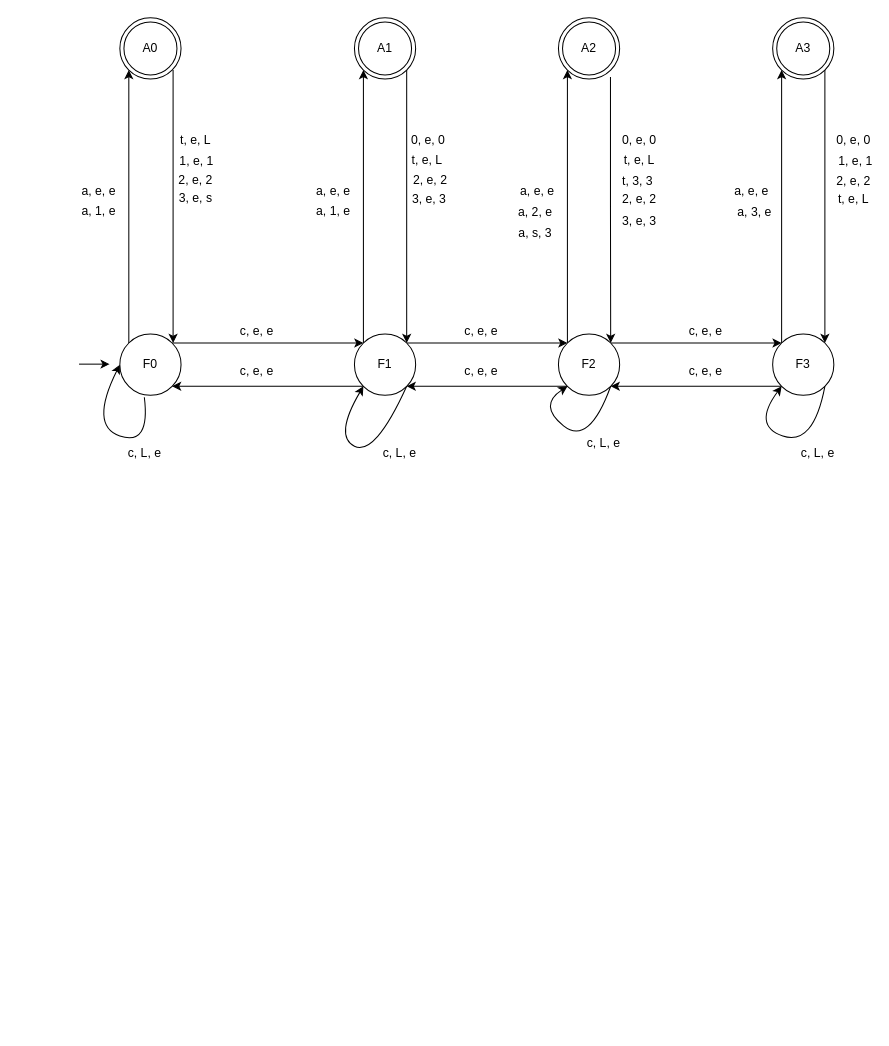
This is Diagrama sem nome.drawio from Guilhermeslsand/Cases_TC, a draw.io file, before an edit. Source tidied: cells renumbered, new cells numbered last; positions are measured from the earlier drawing's top-left corner, leaving out a move shared by most shapes. Both pictures are drawn from the tidied source at 102%, with x=0, y=0 at pixel (17, 17).
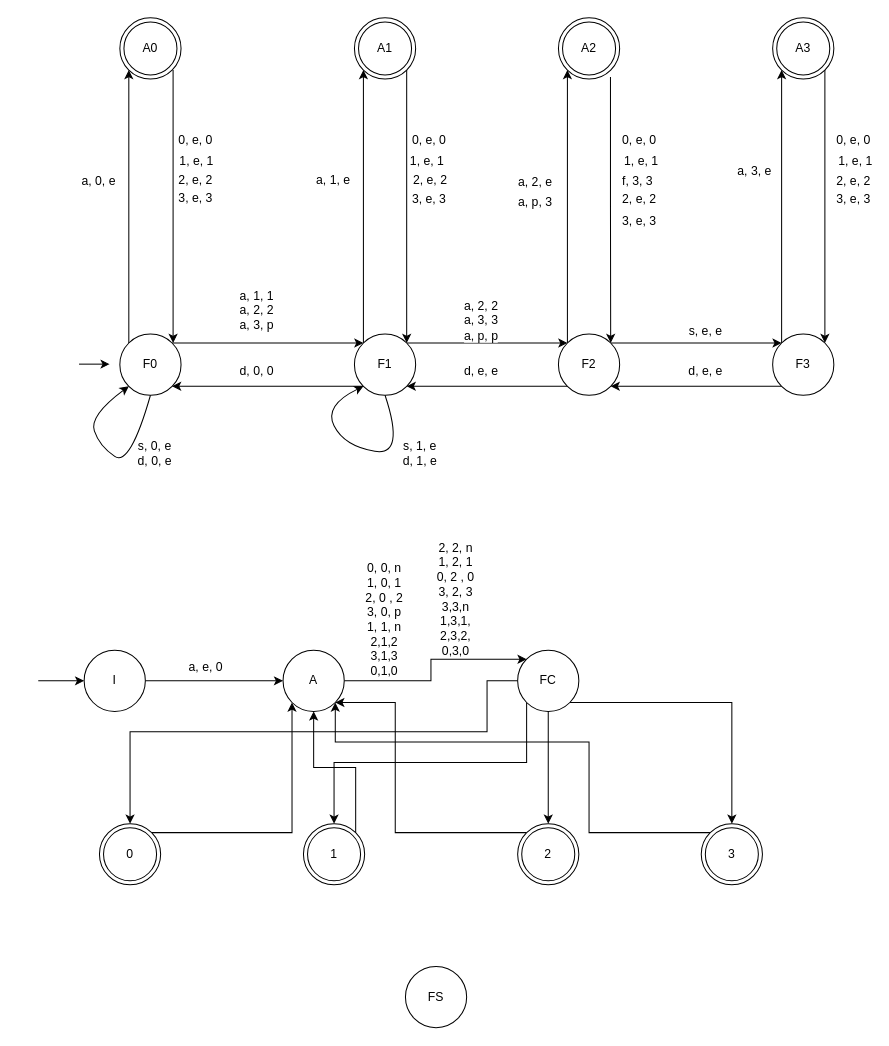
The same diagram, later.

The change refers to these unchanged cells:
```xml
<mxCell id="5" value="F0" style="ellipse;whiteSpace=wrap;html=1;" parent="1" vertex="1">
  <mxGeometry x="100" y="310" width="60" height="60" as="geometry" />
</mxCell>
<mxCell id="9" value="&lt;span style=&quot;background-color: transparent; color: light-dark(rgb(0, 0, 0), rgb(255, 255, 255));&quot;&gt;F1&lt;/span&gt;" style="ellipse;whiteSpace=wrap;html=1;" parent="1" vertex="1">
  <mxGeometry x="330" y="310" width="60" height="60" as="geometry" />
</mxCell>
<mxCell id="13" value="F2" style="ellipse;whiteSpace=wrap;html=1;" parent="1" vertex="1">
  <mxGeometry x="530" y="310" width="60" height="60" as="geometry" />
</mxCell>
<mxCell id="16" value="F3" style="ellipse;whiteSpace=wrap;html=1;" parent="1" vertex="1">
  <mxGeometry x="740" y="310" width="60" height="60" as="geometry" />
</mxCell>
```

Change to the diagram source:
```diff
@@
-    <mxCell id="25" value="a, e, e" style="edgeLabel;html=1;align=center;verticalAlign=middle;strokeColor=default;fontFamily=Helvetica;fontSize=12;fontColor=default;fillColor=default;" parent="1" vertex="1">
-      <mxGeometry x="230" y="170" as="geometry">
-        <mxPoint x="78" y="-1" as="offset" />
-      </mxGeometry>
-    </mxCell>
-    <mxCell id="26" value="a, s, 3" style="edgeLabel;html=1;align=center;verticalAlign=middle;strokeColor=default;fontFamily=Helvetica;fontSize=12;fontColor=default;fillColor=default;" parent="1" vertex="1">
-      <mxGeometry x="95" y="220" as="geometry">
+    <mxCell id="26" value="a, p, 3" style="edgeLabel;html=1;align=center;verticalAlign=middle;strokeColor=default;fontFamily=Helvetica;fontSize=12;fontColor=default;fillColor=default;" parent="1" vertex="1">
+      <mxGeometry x="95" y="190" as="geometry">
         <mxPoint x="411" y="-10" as="offset" />
       </mxGeometry>
     </mxCell>
@@
-    <mxCell id="28" value="3, e, s" style="edgeLabel;html=1;align=center;verticalAlign=middle;strokeColor=default;fontFamily=Helvetica;fontSize=12;fontColor=default;fillColor=default;" parent="1" vertex="1">
+    <mxCell id="28" value="3, e, 3" style="edgeLabel;html=1;align=center;verticalAlign=middle;strokeColor=default;fontFamily=Helvetica;fontSize=12;fontColor=default;fillColor=default;" parent="1" vertex="1">
       <mxGeometry x="190" y="160" as="geometry">
         <mxPoint x="-17" y="16" as="offset" />
       </mxGeometry>
     </mxCell>
     <mxCell id="29" value="a, 1, e" style="edgeLabel;html=1;align=center;verticalAlign=middle;strokeColor=default;fontFamily=Helvetica;fontSize=12;fontColor=default;fillColor=default;" parent="1" vertex="1">
-      <mxGeometry x="230" y="190" as="geometry">
+      <mxGeometry x="230" y="159" as="geometry">
         <mxPoint x="78" y="-1" as="offset" />
       </mxGeometry>
     </mxCell>
@@
     <mxCell id="31" value="0, e, 0" style="edgeLabel;html=1;align=center;verticalAlign=middle;strokeColor=default;fontFamily=Helvetica;fontSize=12;fontColor=default;fillColor=default;" parent="1" vertex="1">
-      <mxGeometry x="323" y="120" as="geometry">
+      <mxGeometry x="324" y="120" as="geometry">
         <mxPoint x="78" y="-1" as="offset" />
       </mxGeometry>
     </mxCell>
-    <mxCell id="32" value="c, e, e" style="edgeLabel;html=1;align=center;verticalAlign=middle;strokeColor=default;fontFamily=Helvetica;fontSize=12;fontColor=default;fillColor=default;" parent="1" vertex="1">
-      <mxGeometry x="250" y="290" as="geometry">
+    <mxCell id="32" value="a, 1, 1&lt;div&gt;a, 2, 2&lt;/div&gt;&lt;div&gt;a, 3, p&lt;/div&gt;" style="edgeLabel;html=1;align=center;verticalAlign=middle;strokeColor=default;fontFamily=Helvetica;fontSize=12;fontColor=default;fillColor=default;" parent="1" vertex="1">
+      <mxGeometry x="250" y="270" as="geometry">
         <mxPoint x="-17" y="16" as="offset" />
       </mxGeometry>
     </mxCell>
-    <mxCell id="33" value="c, e, e" style="edgeLabel;html=1;align=center;verticalAlign=middle;strokeColor=default;fontFamily=Helvetica;fontSize=12;fontColor=default;fillColor=default;" parent="1" vertex="1">
-      <mxGeometry x="470" y="290" as="geometry">
+    <mxCell id="33" value="a, 2, 2&lt;div&gt;a, 3, 3&lt;/div&gt;&lt;div&gt;a, p, p&lt;/div&gt;" style="edgeLabel;html=1;align=center;verticalAlign=middle;strokeColor=default;fontFamily=Helvetica;fontSize=12;fontColor=default;fillColor=default;" parent="1" vertex="1">
+      <mxGeometry x="470" y="280" as="geometry">
         <mxPoint x="-17" y="16" as="offset" />
       </mxGeometry>
     </mxCell>
-    <mxCell id="34" value="t, e, L" style="edgeLabel;html=1;align=center;verticalAlign=middle;strokeColor=default;fontFamily=Helvetica;fontSize=12;fontColor=default;fillColor=default;" parent="1" vertex="1">
-      <mxGeometry x="322" y="140" as="geometry">
-        <mxPoint x="78" y="-1" as="offset" />
-      </mxGeometry>
-    </mxCell>
-    <mxCell id="35" value="t, e, L" style="edgeLabel;html=1;align=center;verticalAlign=middle;strokeColor=default;fontFamily=Helvetica;fontSize=12;fontColor=default;fillColor=default;" parent="1" vertex="1">
-      <mxGeometry x="95" y="120" as="geometry">
-        <mxPoint x="78" y="-1" as="offset" />
-      </mxGeometry>
-    </mxCell>
@@
-    <mxCell id="38" value="c, e, e" style="edgeLabel;html=1;align=center;verticalAlign=middle;strokeColor=default;fontFamily=Helvetica;fontSize=12;fontColor=default;fillColor=default;" parent="1" vertex="1">
+    <mxCell id="38" value="s, e, e" style="edgeLabel;html=1;align=center;verticalAlign=middle;strokeColor=default;fontFamily=Helvetica;fontSize=12;fontColor=default;fillColor=default;" parent="1" vertex="1">
       <mxGeometry x="690" y="290" as="geometry">
         <mxPoint x="-17" y="16" as="offset" />
       </mxGeometry>
     </mxCell>
-    <mxCell id="39" value="c, e, e" style="edgeLabel;html=1;align=center;verticalAlign=middle;strokeColor=default;fontFamily=Helvetica;fontSize=12;fontColor=default;fillColor=default;" parent="1" vertex="1">
+    <mxCell id="39" value="d, e, e" style="edgeLabel;html=1;align=center;verticalAlign=middle;strokeColor=default;fontFamily=Helvetica;fontSize=12;fontColor=default;fillColor=default;" parent="1" vertex="1">
       <mxGeometry x="690" y="330" as="geometry">
         <mxPoint x="-17" y="16" as="offset" />
       </mxGeometry>
     </mxCell>
-    <mxCell id="40" value="c, e, e" style="edgeLabel;html=1;align=center;verticalAlign=middle;strokeColor=default;fontFamily=Helvetica;fontSize=12;fontColor=default;fillColor=default;" parent="1" vertex="1">
+    <mxCell id="40" value="d, e, e" style="edgeLabel;html=1;align=center;verticalAlign=middle;strokeColor=default;fontFamily=Helvetica;fontSize=12;fontColor=default;fillColor=default;" parent="1" vertex="1">
       <mxGeometry x="470" y="330" as="geometry">
         <mxPoint x="-17" y="16" as="offset" />
       </mxGeometry>
     </mxCell>
-    <mxCell id="41" value="c, e, e" style="edgeLabel;html=1;align=center;verticalAlign=middle;strokeColor=default;fontFamily=Helvetica;fontSize=12;fontColor=default;fillColor=default;" parent="1" vertex="1">
+    <mxCell id="41" value="d, 0, 0" style="edgeLabel;html=1;align=center;verticalAlign=middle;strokeColor=default;fontFamily=Helvetica;fontSize=12;fontColor=default;fillColor=default;" parent="1" vertex="1">
       <mxGeometry x="250" y="330" as="geometry">
         <mxPoint x="-17" y="16" as="offset" />
       </mxGeometry>
     </mxCell>
-    <mxCell id="42" style="curved=1;endArrow=classic;html=1;rounded=0;fontFamily=Helvetica;fontSize=12;fontColor=default;exitX=0.4;exitY=1.033;exitDx=0;exitDy=0;exitPerimeter=0;" parent="1" edge="1" source="5">
-      <mxGeometry relative="1" as="geometry">
-        <mxPoint x="100" y="340" as="targetPoint" />
-        <Array as="points">
-          <mxPoint x="130" y="420" />
-          <mxPoint x="70" y="400" />
-        </Array>
-      </mxGeometry>
-    </mxCell>
-    <mxCell id="43" style="curved=1;endArrow=classic;html=1;rounded=0;fontFamily=Helvetica;fontSize=12;fontColor=default;exitX=1;exitY=1;exitDx=0;exitDy=0;entryX=0;entryY=1;entryDx=0;entryDy=0;" parent="1" edge="1" source="9" target="9">
-      <mxGeometry relative="1" as="geometry">
-        <Array as="points">
-          <mxPoint x="350" y="430" />
-          <mxPoint x="310" y="410" />
-        </Array>
-      </mxGeometry>
-    </mxCell>
-    <mxCell id="44" style="curved=1;endArrow=classic;html=1;rounded=0;fontFamily=Helvetica;fontSize=12;fontColor=default;entryX=0;entryY=1;entryDx=0;entryDy=0;exitX=1;exitY=1;exitDx=0;exitDy=0;" parent="1" edge="1" source="16" target="16">
-      <mxGeometry relative="1" as="geometry">
-        <Array as="points">
-          <mxPoint x="780" y="420" />
-          <mxPoint x="720" y="400" />
-        </Array>
-      </mxGeometry>
-    </mxCell>
-    <mxCell id="45" style="curved=1;endArrow=classic;html=1;rounded=0;fontFamily=Helvetica;fontSize=12;fontColor=default;exitX=1;exitY=1;exitDx=0;exitDy=0;entryX=0;entryY=1;entryDx=0;entryDy=0;" parent="1" edge="1" source="13" target="13">
-      <mxGeometry relative="1" as="geometry">
-        <Array as="points">
-          <mxPoint x="560" y="420" />
-          <mxPoint x="510" y="380" />
-        </Array>
-      </mxGeometry>
-    </mxCell>
-    <mxCell id="46" value="c, L, e" style="edgeLabel;html=1;align=center;verticalAlign=middle;strokeColor=default;fontFamily=Helvetica;fontSize=12;fontColor=default;fillColor=default;" parent="1" vertex="1">
-      <mxGeometry x="390" y="410" as="geometry">
-        <mxPoint x="-17" y="16" as="offset" />
-      </mxGeometry>
-    </mxCell>
-    <mxCell id="47" value="c, L, e" style="edgeLabel;html=1;align=center;verticalAlign=middle;strokeColor=default;fontFamily=Helvetica;fontSize=12;fontColor=default;fillColor=default;" parent="1" vertex="1">
+    <mxCell id="47" style="edgeLabel;html=1;align=center;verticalAlign=middle;strokeColor=default;fontFamily=Helvetica;fontSize=12;fontColor=default;fillColor=default;" parent="1" vertex="1">
       <mxGeometry x="140" y="410" as="geometry">
         <mxPoint x="-17" y="16" as="offset" />
       </mxGeometry>
     </mxCell>
-    <mxCell id="48" value="c, L, e" style="edgeLabel;html=1;align=center;verticalAlign=middle;strokeColor=default;fontFamily=Helvetica;fontSize=12;fontColor=default;fillColor=default;" parent="1" vertex="1">
-      <mxGeometry x="590" y="400" as="geometry">
-        <mxPoint x="-17" y="16" as="offset" />
-      </mxGeometry>
-    </mxCell>
-    <mxCell id="49" value="c, L, e" style="edgeLabel;html=1;align=center;verticalAlign=middle;strokeColor=default;fontFamily=Helvetica;fontSize=12;fontColor=default;fillColor=default;" parent="1" vertex="1">
-      <mxGeometry x="800" y="410" as="geometry">
-        <mxPoint x="-17" y="16" as="offset" />
-      </mxGeometry>
-    </mxCell>
@@
-    <mxCell id="51" value="t, e, L" style="edgeLabel;html=1;align=center;verticalAlign=middle;strokeColor=default;fontFamily=Helvetica;fontSize=12;fontColor=default;fillColor=default;" parent="1" vertex="1">
-      <mxGeometry x="530" y="140" as="geometry">
-        <mxPoint x="78" y="-1" as="offset" />
-      </mxGeometry>
-    </mxCell>
-    <mxCell id="52" value="t, 3, 3&amp;nbsp;" style="edgeLabel;html=1;align=center;verticalAlign=middle;strokeColor=default;fontFamily=Helvetica;fontSize=12;fontColor=default;fillColor=default;" parent="1" vertex="1">
+    <mxCell id="52" value="f, 3, 3&amp;nbsp;" style="edgeLabel;html=1;align=center;verticalAlign=middle;strokeColor=default;fontFamily=Helvetica;fontSize=12;fontColor=default;fillColor=default;" parent="1" vertex="1">
       <mxGeometry x="530" y="160" as="geometry">
         <mxPoint x="78" y="-1" as="offset" />
       </mxGeometry>
     </mxCell>
     <mxCell id="53" value="a, 2, e" style="edgeLabel;html=1;align=center;verticalAlign=middle;strokeColor=default;fontFamily=Helvetica;fontSize=12;fontColor=default;fillColor=default;" parent="1" vertex="1">
-      <mxGeometry x="95" y="200" as="geometry">
+      <mxGeometry x="95" y="170" as="geometry">
         <mxPoint x="411" y="-10" as="offset" />
       </mxGeometry>
     </mxCell>
@@
-    <mxCell id="56" value="a, e, e" style="edgeLabel;html=1;align=center;verticalAlign=middle;strokeColor=default;fontFamily=Helvetica;fontSize=12;fontColor=default;fillColor=default;" parent="1" vertex="1">
-      <mxGeometry x="430" y="170" as="geometry">
-        <mxPoint x="78" y="-1" as="offset" />
-      </mxGeometry>
-    </mxCell>
-    <mxCell id="57" value="a, e, e" style="edgeLabel;html=1;align=center;verticalAlign=middle;strokeColor=default;fontFamily=Helvetica;fontSize=12;fontColor=default;fillColor=default;" parent="1" vertex="1">
-      <mxGeometry x="640" y="170" as="geometry">
-        <mxPoint x="78" y="-1" as="offset" />
-      </mxGeometry>
-    </mxCell>
     <mxCell id="58" value="a, 3, e" style="edgeLabel;html=1;align=center;verticalAlign=middle;strokeColor=default;fontFamily=Helvetica;fontSize=12;fontColor=default;fillColor=default;" parent="1" vertex="1">
-      <mxGeometry x="310" y="200" as="geometry">
+      <mxGeometry x="310" y="160" as="geometry">
         <mxPoint x="411" y="-10" as="offset" />
       </mxGeometry>
     </mxCell>
@@
-    <mxCell id="60" value="t, e, L" style="edgeLabel;html=1;align=center;verticalAlign=middle;strokeColor=default;fontFamily=Helvetica;fontSize=12;fontColor=default;fillColor=default;" parent="1" vertex="1">
-      <mxGeometry x="740" y="178" as="geometry">
-        <mxPoint x="78" y="-1" as="offset" />
-      </mxGeometry>
-    </mxCell>
@@
-    <mxCell id="63" value="a, e, e" style="edgeLabel;html=1;align=center;verticalAlign=middle;strokeColor=default;fontFamily=Helvetica;fontSize=12;fontColor=default;fillColor=default;" parent="1" vertex="1">
-      <mxGeometry y="170" as="geometry">
-        <mxPoint x="78" y="-1" as="offset" />
-      </mxGeometry>
-    </mxCell>
-    <mxCell id="64" value="a, 1, e" style="edgeLabel;html=1;align=center;verticalAlign=middle;strokeColor=default;fontFamily=Helvetica;fontSize=12;fontColor=default;fillColor=default;" parent="1" vertex="1">
-      <mxGeometry y="190" as="geometry">
+    <mxCell id="64" value="&lt;div&gt;&lt;span style=&quot;background-color: light-dark(#ffffff, var(--ge-dark-color, #121212)); color: light-dark(rgb(0, 0, 0), rgb(255, 255, 255));&quot;&gt;a, 0, e&lt;/span&gt;&lt;/div&gt;" style="edgeLabel;html=1;align=center;verticalAlign=middle;strokeColor=default;fontFamily=Helvetica;fontSize=12;fontColor=default;fillColor=default;" parent="1" vertex="1">
+      <mxGeometry y="160" as="geometry">
         <mxPoint x="78" y="-1" as="offset" />
       </mxGeometry>
     </mxCell>
+    <mxCell id="65" value="0, e, 0" style="edgeLabel;html=1;align=center;verticalAlign=middle;strokeColor=default;fontFamily=Helvetica;fontSize=12;fontColor=default;fillColor=default;" parent="1" vertex="1">
+      <mxGeometry x="95" y="120" as="geometry">
+        <mxPoint x="78" y="-1" as="offset" />
+      </mxGeometry>
+    </mxCell>
+    <mxCell id="66" value="1, e, 1" style="edgeLabel;html=1;align=center;verticalAlign=middle;strokeColor=default;fontFamily=Helvetica;fontSize=12;fontColor=default;fillColor=default;" parent="1" vertex="1">
+      <mxGeometry x="400" y="140" as="geometry" />
+    </mxCell>
+    <mxCell id="67" value="1, e, 1" style="edgeLabel;html=1;align=center;verticalAlign=middle;strokeColor=default;fontFamily=Helvetica;fontSize=12;fontColor=default;fillColor=default;" parent="1" vertex="1">
+      <mxGeometry x="610" y="140" as="geometry" />
+    </mxCell>
+    <mxCell id="68" value="3, e, 3" style="edgeLabel;html=1;align=center;verticalAlign=middle;strokeColor=default;fontFamily=Helvetica;fontSize=12;fontColor=default;fillColor=default;" parent="1" vertex="1">
+      <mxGeometry x="740" y="178" as="geometry">
+        <mxPoint x="78" y="-1" as="offset" />
+      </mxGeometry>
+    </mxCell>
+    <mxCell id="69" style="curved=1;endArrow=classic;html=1;rounded=0;exitX=0.5;exitY=1;exitDx=0;exitDy=0;entryX=0;entryY=1;entryDx=0;entryDy=0;" parent="1" edge="1" source="5" target="5">
+      <mxGeometry relative="1" as="geometry">
+        <Array as="points">
+          <mxPoint x="110" y="440" />
+          <mxPoint x="80" y="420" />
+          <mxPoint x="70" y="390" />
+        </Array>
+      </mxGeometry>
+    </mxCell>
+    <mxCell id="70" value="s, 0, e&lt;div&gt;d, 0, e&lt;/div&gt;" style="edgeLabel;html=1;align=center;verticalAlign=middle;strokeColor=default;fontFamily=Helvetica;fontSize=12;fontColor=default;fillColor=default;" parent="1" vertex="1">
+      <mxGeometry x="150" y="410" as="geometry">
+        <mxPoint x="-17" y="16" as="offset" />
+      </mxGeometry>
+    </mxCell>
+    <mxCell id="43" style="curved=1;endArrow=classic;html=1;rounded=0;exitX=0.5;exitY=1;exitDx=0;exitDy=0;entryX=0;entryY=1;entryDx=0;entryDy=0;" parent="1" edge="1" source="9" target="9">
+      <mxGeometry relative="1" as="geometry">
+        <Array as="points">
+          <mxPoint x="380" y="430" />
+          <mxPoint x="320" y="420" />
+          <mxPoint x="300" y="380" />
+        </Array>
+      </mxGeometry>
+    </mxCell>
+    <mxCell id="71" value="s, 1, e&lt;div&gt;d, 1, e&lt;/div&gt;" style="edgeLabel;html=1;align=center;verticalAlign=middle;strokeColor=default;fontFamily=Helvetica;fontSize=12;fontColor=default;fillColor=default;" parent="1" vertex="1">
+      <mxGeometry x="410" y="410" as="geometry">
+        <mxPoint x="-17" y="16" as="offset" />
+      </mxGeometry>
+    </mxCell>
+    <mxCell id="72" style="edgeStyle=orthogonalEdgeStyle;rounded=0;jettySize=auto;html=1;exitX=1;exitY=0;exitDx=0;exitDy=0;entryX=0;entryY=1;entryDx=0;entryDy=0;" parent="1" edge="1" source="73" target="81">
+      <mxGeometry relative="1" as="geometry" />
+    </mxCell>
+    <mxCell id="73" value="0" style="ellipse;shape=doubleEllipse;whiteSpace=wrap;html=1;strokeColor=default;align=center;verticalAlign=middle;fontFamily=Helvetica;fontSize=12;fontColor=default;fillColor=default;" parent="1" vertex="1">
+      <mxGeometry x="80" y="790" width="60" height="60" as="geometry" />
+    </mxCell>
+    <mxCell id="74" style="edgeStyle=orthogonalEdgeStyle;rounded=0;jettySize=auto;html=1;exitX=1;exitY=0;exitDx=0;exitDy=0;entryX=0.5;entryY=1;entryDx=0;entryDy=0;" parent="1" edge="1" source="75" target="81">
+      <mxGeometry relative="1" as="geometry" />
+    </mxCell>
+    <mxCell id="75" value="1" style="ellipse;shape=doubleEllipse;whiteSpace=wrap;html=1;strokeColor=default;align=center;verticalAlign=middle;fontFamily=Helvetica;fontSize=12;fontColor=default;fillColor=default;" parent="1" vertex="1">
+      <mxGeometry x="280" y="790" width="60" height="60" as="geometry" />
+    </mxCell>
+    <mxCell id="76" style="edgeStyle=orthogonalEdgeStyle;rounded=0;jettySize=auto;html=1;exitX=0;exitY=0;exitDx=0;exitDy=0;entryX=1;entryY=1;entryDx=0;entryDy=0;" parent="1" edge="1" source="77" target="81">
+      <mxGeometry relative="1" as="geometry">
+        <Array as="points">
+          <mxPoint x="370" y="799" />
+          <mxPoint x="370" y="671" />
+        </Array>
+      </mxGeometry>
+    </mxCell>
+    <mxCell id="77" value="2" style="ellipse;shape=doubleEllipse;whiteSpace=wrap;html=1;strokeColor=default;align=center;verticalAlign=middle;fontFamily=Helvetica;fontSize=12;fontColor=default;fillColor=default;" parent="1" vertex="1">
+      <mxGeometry x="490" y="790" width="60" height="60" as="geometry" />
+    </mxCell>
+    <mxCell id="78" style="edgeStyle=orthogonalEdgeStyle;rounded=0;jettySize=auto;html=1;exitX=0;exitY=0;exitDx=0;exitDy=0;entryX=1;entryY=1;entryDx=0;entryDy=0;" parent="1" edge="1" source="79" target="81">
+      <mxGeometry relative="1" as="geometry">
+        <Array as="points">
+          <mxPoint x="560" y="799" />
+          <mxPoint x="560" y="710" />
+          <mxPoint x="311" y="710" />
+        </Array>
+      </mxGeometry>
+    </mxCell>
+    <mxCell id="79" value="3" style="ellipse;shape=doubleEllipse;whiteSpace=wrap;html=1;strokeColor=default;align=center;verticalAlign=middle;fontFamily=Helvetica;fontSize=12;fontColor=default;fillColor=default;" parent="1" vertex="1">
+      <mxGeometry x="670" y="790" width="60" height="60" as="geometry" />
+    </mxCell>
+    <mxCell id="80" style="edgeStyle=orthogonalEdgeStyle;rounded=0;jettySize=auto;html=1;entryX=0;entryY=0;entryDx=0;entryDy=0;" parent="1" edge="1" source="81" target="90">
+      <mxGeometry relative="1" as="geometry" />
+    </mxCell>
+    <mxCell id="81" value="A" style="ellipse;whiteSpace=wrap;html=1;" parent="1" vertex="1">
+      <mxGeometry x="260" y="620" width="60" height="60" as="geometry" />
+    </mxCell>
+    <mxCell id="82" style="edgeStyle=orthogonalEdgeStyle;rounded=0;jettySize=auto;html=1;entryX=0;entryY=0.5;entryDx=0;entryDy=0;" parent="1" edge="1" source="83" target="81">
+      <mxGeometry relative="1" as="geometry" />
+    </mxCell>
+    <mxCell id="83" value="&lt;span style=&quot;background-color: transparent; color: light-dark(rgb(0, 0, 0), rgb(255, 255, 255));&quot;&gt;I&lt;/span&gt;" style="ellipse;whiteSpace=wrap;html=1;" parent="1" vertex="1">
+      <mxGeometry x="65" y="620" width="60" height="60" as="geometry" />
+    </mxCell>
+    <mxCell id="84" style="endArrow=classic;html=1;rounded=0;entryX=0;entryY=0.5;entryDx=0;entryDy=0;" parent="1" edge="1" target="83">
+      <mxGeometry relative="1" as="geometry">
+        <mxPoint x="20" y="650" as="sourcePoint" />
+      </mxGeometry>
+    </mxCell>
+    <mxCell id="85" value="FS" style="ellipse;whiteSpace=wrap;html=1;" parent="1" vertex="1">
+      <mxGeometry x="380" y="930" width="60" height="60" as="geometry" />
+    </mxCell>
+    <mxCell id="86" style="edgeStyle=orthogonalEdgeStyle;rounded=0;jettySize=auto;html=1;exitX=0;exitY=0.5;exitDx=0;exitDy=0;entryX=0.5;entryY=0;entryDx=0;entryDy=0;" parent="1" edge="1" source="90" target="73">
+      <mxGeometry relative="1" as="geometry">
+        <Array as="points">
+          <mxPoint x="460" y="650" />
+          <mxPoint x="460" y="700" />
+          <mxPoint x="110" y="700" />
+        </Array>
+      </mxGeometry>
+    </mxCell>
+    <mxCell id="87" style="edgeStyle=orthogonalEdgeStyle;rounded=0;jettySize=auto;html=1;" parent="1" edge="1" source="90" target="77">
+      <mxGeometry relative="1" as="geometry" />
+    </mxCell>
+    <mxCell id="88" style="edgeStyle=orthogonalEdgeStyle;rounded=0;jettySize=auto;html=1;exitX=0;exitY=1;exitDx=0;exitDy=0;" parent="1" edge="1" source="90" target="75">
+      <mxGeometry relative="1" as="geometry">
+        <Array as="points">
+          <mxPoint x="499" y="730" />
+          <mxPoint x="310" y="730" />
+        </Array>
+      </mxGeometry>
+    </mxCell>
+    <mxCell id="89" style="edgeStyle=orthogonalEdgeStyle;rounded=0;jettySize=auto;html=1;exitX=1;exitY=1;exitDx=0;exitDy=0;entryX=0.5;entryY=0;entryDx=0;entryDy=0;" parent="1" edge="1" source="90" target="79">
+      <mxGeometry relative="1" as="geometry" />
+    </mxCell>
+    <mxCell id="90" value="FC" style="ellipse;whiteSpace=wrap;html=1;" parent="1" vertex="1">
+      <mxGeometry x="490" y="620" width="60" height="60" as="geometry" />
+    </mxCell>
+    <mxCell id="91" value="a, e, 0" style="edgeLabel;html=1;align=center;verticalAlign=middle;strokeColor=default;fontFamily=Helvetica;fontSize=12;fontColor=default;fillColor=default;" parent="1" vertex="1">
+      <mxGeometry x="200" y="620" as="geometry">
+        <mxPoint x="-17" y="16" as="offset" />
+      </mxGeometry>
+    </mxCell>
+    <mxCell id="92" value="&lt;div&gt;0, 0, n&lt;/div&gt;&lt;div&gt;1, 0, 1&lt;/div&gt;2, 0 , 2&lt;div&gt;3, 0, p&lt;/div&gt;&lt;div&gt;1, 1, n&lt;/div&gt;&lt;div&gt;2,1,2&lt;/div&gt;&lt;div&gt;3,1,3&lt;/div&gt;&lt;div&gt;0,1,0&lt;/div&gt;" style="edgeLabel;html=1;align=center;verticalAlign=middle;strokeColor=default;fontFamily=Helvetica;fontSize=12;fontColor=default;fillColor=default;" parent="1" vertex="1">
+      <mxGeometry x="280" y="590" as="geometry">
+        <mxPoint x="78" y="-1" as="offset" />
+      </mxGeometry>
+    </mxCell>
+    <mxCell id="93" value="&lt;div&gt;2, 2, n&lt;/div&gt;&lt;div&gt;1, 2, 1&lt;/div&gt;0, 2 , 0&lt;div&gt;3, 2, 3&lt;/div&gt;&lt;div&gt;3,3,n&lt;/div&gt;&lt;div&gt;1,3,1,&lt;/div&gt;&lt;div&gt;2,3,2,&lt;/div&gt;&lt;div&gt;0,3,0&lt;/div&gt;" style="edgeLabel;html=1;align=center;verticalAlign=middle;strokeColor=default;fontFamily=Helvetica;fontSize=12;fontColor=default;fillColor=default;" parent="1" vertex="1">
+      <mxGeometry x="350" y="570" as="geometry">
+        <mxPoint x="78" y="-1" as="offset" />
+      </mxGeometry>
+    </mxCell>
```
